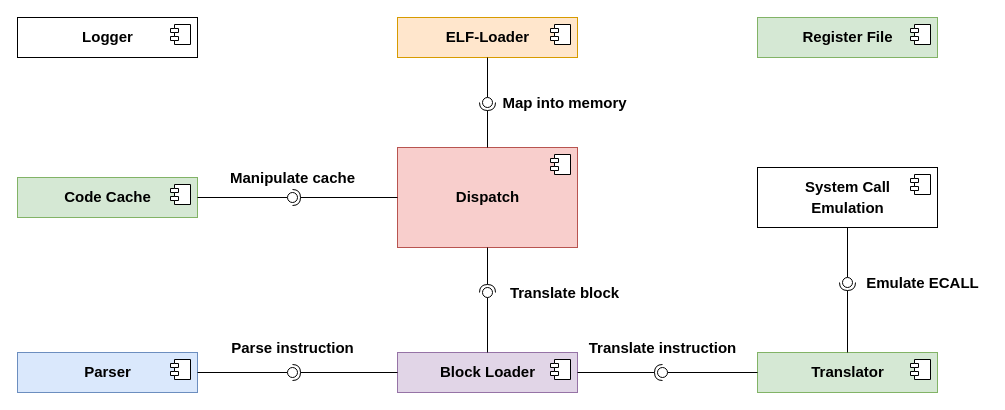
Above: documentation/intermediate/diagrams/components.drawio in ria-jit/ria-jit (draw.io), before the change. Source tidied: cells renumbered, new cells numbered last; positions are measured from the earlier drawing's top-left corner, leaving out a move shared by most shapes. Both pictures are drawn from the tidied source at 100%, with x=0, y=0 at pixel (17, 17).
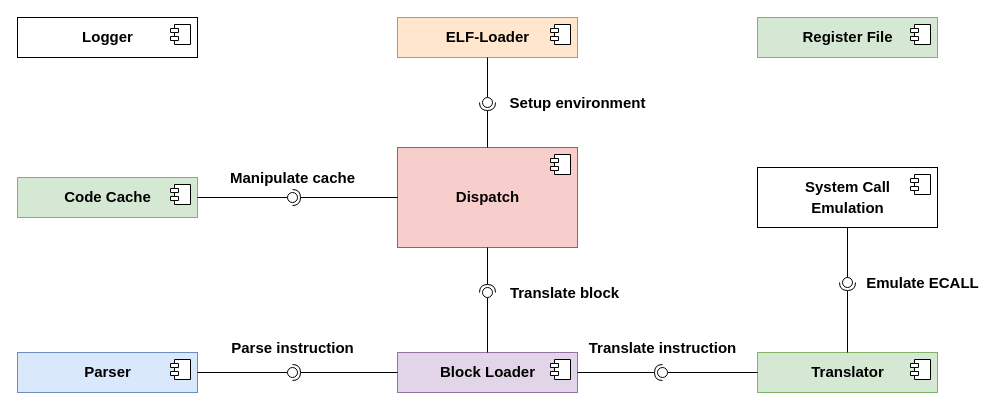
Above is the later version.

Commit message (it also covers changes not shown here):
update ELF component to environemnt setup

What changed in the source:
```diff
@@
-    <mxCell id="43" value="&lt;b style=&quot;font-size: 15px&quot;&gt;Map into memory&lt;/b&gt;" style="text;html=1;align=center;verticalAlign=middle;fontSize=15;" parent="1" vertex="1">
-      <mxGeometry x="477" y="75" width="140" height="20" as="geometry" />
+    <mxCell id="43" value="&lt;b style=&quot;font-size: 15px&quot;&gt;Setup environment&lt;/b&gt;" style="text;html=1;align=center;verticalAlign=middle;fontSize=15;" parent="1" vertex="1">
+      <mxGeometry x="485" y="75" width="150" height="20" as="geometry" />
     </mxCell>
```
